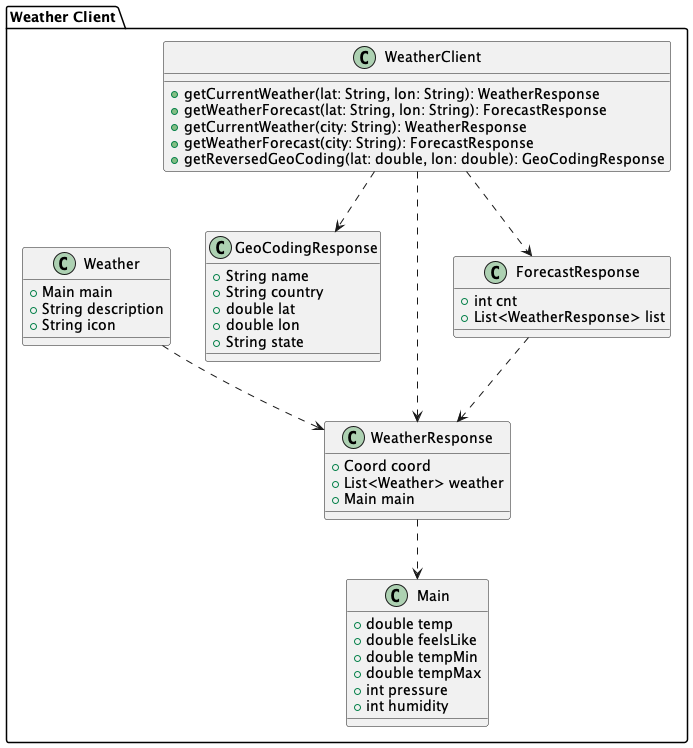
fresel/cf-weather-data keeps this PlantUML diagram as design/weather-client-class-diagram.png. Above is the earlier version. Source of this version:
```plantuml
@startuml weather-client-class-diagram
package "Weather Client" {

  class Weather {
    +Main main
    +String description
    +String icon
  }

  class GeoCodingResponse {
    +String name
    +String country
    +double lat
    +double lon
    +String state
  }

  class WeatherResponse {
    +Coord coord
    +List<Weather> weather
    +Main main
  }

  class ForecastResponse {
    +int cnt
    +List<WeatherResponse> list
  }

  class WeatherClient {
    +getCurrentWeather(lat: String, lon: String): WeatherResponse
    +getWeatherForecast(lat: String, lon: String): ForecastResponse
    +getCurrentWeather(city: String): WeatherResponse
    +getWeatherForecast(city: String): ForecastResponse
    +getReversedGeoCoding(lat: double, lon: double): GeoCodingResponse
  }

  class Main {
    +double temp
    +double feelsLike
    +double tempMin
    +double tempMax
    +int pressure
    +int humidity
  }

  WeatherResponse ..> Main
  ForecastResponse ..> WeatherResponse
  Weather ..> WeatherResponse

  WeatherClient ..> WeatherResponse
  WeatherClient ..> ForecastResponse
  WeatherClient ..> GeoCodingResponse
}
@enduml
```
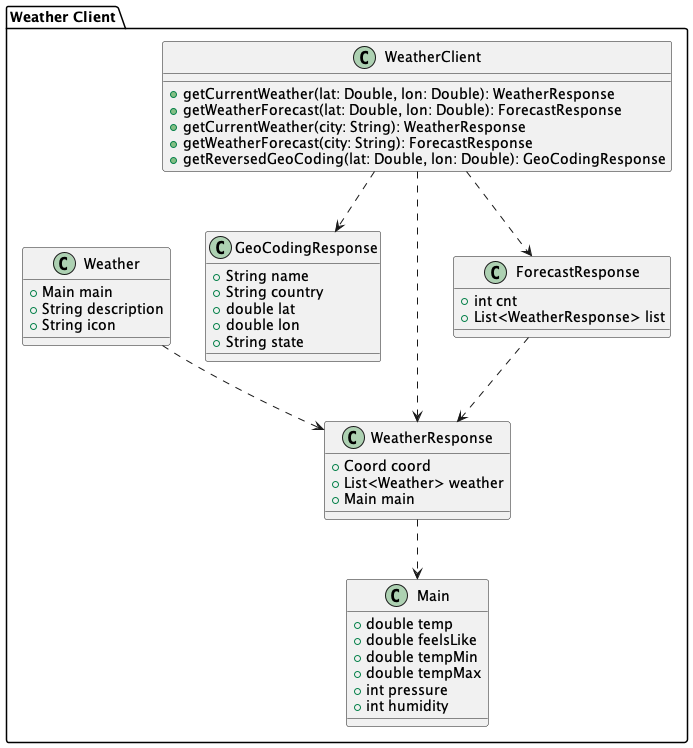
After the commit.

Commit message:
Update weather client diagram

Change to the diagram source:
```diff
@@ -27,11 +27,11 @@
   }
 
   class WeatherClient {
-    +getCurrentWeather(lat: String, lon: String): WeatherResponse
-    +getWeatherForecast(lat: String, lon: String): ForecastResponse
+    +getCurrentWeather(lat: Double, lon: Double): WeatherResponse
+    +getWeatherForecast(lat: Double, lon: Double): ForecastResponse
     +getCurrentWeather(city: String): WeatherResponse
     +getWeatherForecast(city: String): ForecastResponse
-    +getReversedGeoCoding(lat: double, lon: double): GeoCodingResponse
+    +getReversedGeoCoding(lat: Double, lon: Double): GeoCodingResponse
   }
 
   class Main {
```
